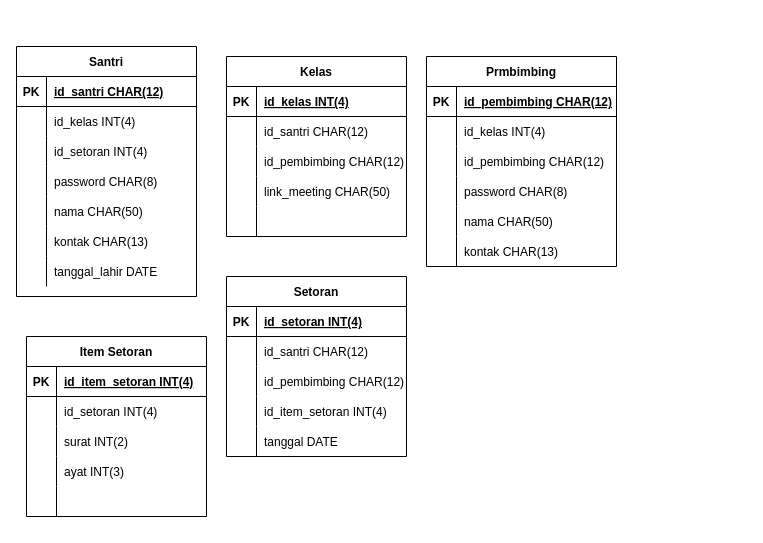
The draw.io diagram pertemuan 3/Pertemuan3_ERD.drawio in nentinur/IF214002, before the edit. Source tidied: cells renumbered, new cells numbered last; positions are measured from the earlier drawing's top-left corner, leaving out a move shared by most shapes. Both pictures are drawn from the tidied source at 100%, with x=0, y=0 at pixel (16, 46).
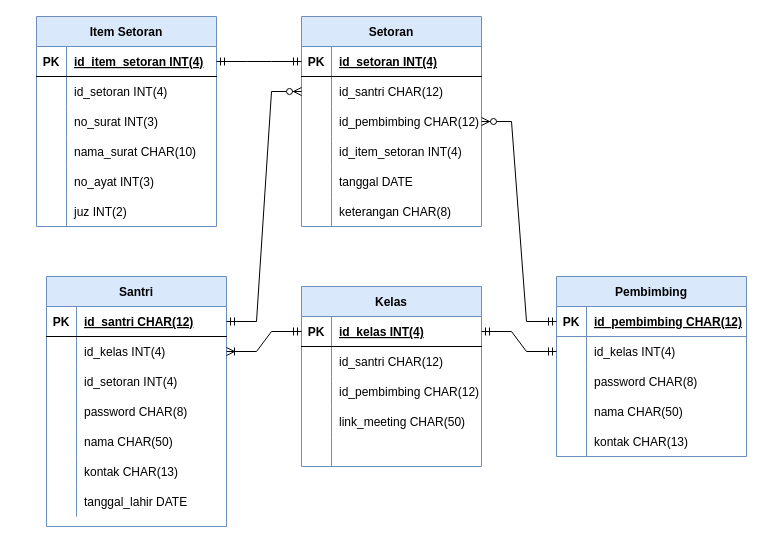
Above is the later version.

Unchanged cells that the change refers to:
```xml
<mxCell id="3" style="shape=tableRow;horizontal=0;startSize=0;swimlaneHead=0;swimlaneBody=0;fillColor=none;points=[[0,0.5],[1,0.5]];portConstraint=eastwest;top=0;left=0;right=0;bottom=1;" parent="2" vertex="1">
  <mxGeometry y="30" width="180" height="30" as="geometry" />
</mxCell>
<mxCell id="6" style="shape=tableRow;horizontal=0;startSize=0;swimlaneHead=0;swimlaneBody=0;fillColor=none;points=[[0,0.5],[1,0.5]];portConstraint=eastwest;top=0;left=0;right=0;bottom=0;" parent="2" vertex="1">
  <mxGeometry y="60" width="180" height="30" as="geometry" />
</mxCell>
<mxCell id="25" style="shape=tableRow;horizontal=0;startSize=0;swimlaneHead=0;swimlaneBody=0;fillColor=none;points=[[0,0.5],[1,0.5]];portConstraint=eastwest;top=0;left=0;right=0;bottom=1;" parent="24" vertex="1">
  <mxGeometry y="30" width="180" height="30" as="geometry" />
</mxCell>
<mxCell id="44" style="shape=tableRow;horizontal=0;startSize=0;swimlaneHead=0;swimlaneBody=0;fillColor=none;points=[[0,0.5],[1,0.5]];portConstraint=eastwest;top=0;left=0;right=0;bottom=0;" parent="40" vertex="1">
  <mxGeometry y="60" width="190" height="30" as="geometry" />
</mxCell>
<mxCell id="60" style="shape=tableRow;horizontal=0;startSize=0;swimlaneHead=0;swimlaneBody=0;fillColor=none;points=[[0,0.5],[1,0.5]];portConstraint=eastwest;top=0;left=0;right=0;bottom=1;" parent="59" vertex="1">
  <mxGeometry y="30" width="180" height="30" as="geometry" />
</mxCell>
<mxCell id="63" style="shape=tableRow;horizontal=0;startSize=0;swimlaneHead=0;swimlaneBody=0;fillColor=none;points=[[0,0.5],[1,0.5]];portConstraint=eastwest;top=0;left=0;right=0;bottom=0;" parent="59" vertex="1">
  <mxGeometry y="60" width="180" height="30" as="geometry" />
</mxCell>
<mxCell id="66" style="shape=tableRow;horizontal=0;startSize=0;swimlaneHead=0;swimlaneBody=0;fillColor=none;points=[[0,0.5],[1,0.5]];portConstraint=eastwest;top=0;left=0;right=0;bottom=0;" parent="59" vertex="1">
  <mxGeometry y="90" width="180" height="30" as="geometry" />
</mxCell>
<mxCell id="76" style="shape=tableRow;horizontal=0;startSize=0;swimlaneHead=0;swimlaneBody=0;fillColor=none;points=[[0,0.5],[1,0.5]];portConstraint=eastwest;top=0;left=0;right=0;bottom=1;" parent="75" vertex="1">
  <mxGeometry y="30" width="180" height="30" as="geometry" />
</mxCell>
<mxCell id="82" style="shape=tableRow;horizontal=0;startSize=0;swimlaneHead=0;swimlaneBody=0;fillColor=none;top=0;left=0;right=0;bottom=0;" parent="75" vertex="1">
  <mxGeometry y="90" width="180" height="30" as="geometry" />
</mxCell>
<mxCell id="85" style="shape=tableRow;horizontal=0;startSize=0;swimlaneHead=0;swimlaneBody=0;fillColor=none;top=0;left=0;right=0;bottom=0;" parent="75" vertex="1">
  <mxGeometry y="120" width="180" height="30" as="geometry" />
</mxCell>
<mxCell id="88" style="shape=tableRow;horizontal=0;startSize=0;swimlaneHead=0;swimlaneBody=0;fillColor=none;top=0;left=0;right=0;bottom=0;" parent="75" vertex="1">
  <mxGeometry y="150" width="180" height="30" as="geometry" />
</mxCell>
```

Diff of the diagram source:
```diff
@@
-    <mxCell id="2" value="Santri" style="shape=table;startSize=30;childLayout=tableLayout;rowLines=0;fontStyle=1;align=center;" parent="1" vertex="1">
-      <mxGeometry width="180" height="250" as="geometry" />
+    <mxCell id="2" value="Santri" style="shape=table;startSize=30;childLayout=tableLayout;rowLines=0;fontStyle=1;align=center;fillColor=#dae8fc;strokeColor=#6c8ebf;" parent="1" vertex="1">
+      <mxGeometry x="30" y="230" width="180" height="250" as="geometry" />
     </mxCell>
@@
-    <mxCell id="24" value="Kelas" style="shape=table;startSize=30;childLayout=tableLayout;rowLines=0;fontStyle=1;align=center;" parent="1" vertex="1">
-      <mxGeometry x="210" y="10" width="180" height="180" as="geometry" />
+    <mxCell id="24" value="Kelas" style="shape=table;startSize=30;childLayout=tableLayout;rowLines=0;fontStyle=1;align=center;fillColor=#dae8fc;strokeColor=#6c8ebf;" parent="1" vertex="1">
+      <mxGeometry x="285" y="240" width="180" height="180" as="geometry" />
     </mxCell>
@@
-    <mxCell id="40" value="Prmbimbing" style="shape=table;startSize=30;childLayout=tableLayout;rowLines=0;fontStyle=1;align=center;" parent="1" vertex="1">
-      <mxGeometry x="410" y="10" width="190" height="210" as="geometry" />
+    <mxCell id="40" value="Pembimbing" style="shape=table;startSize=30;childLayout=tableLayout;rowLines=0;fontStyle=1;align=center;fillColor=#dae8fc;strokeColor=#6c8ebf;" parent="1" vertex="1">
+      <mxGeometry x="540" y="230" width="190" height="180" as="geometry" />
     </mxCell>
-    <mxCell id="41" style="shape=tableRow;horizontal=0;startSize=0;swimlaneHead=0;swimlaneBody=0;fillColor=none;points=[[0,0.5],[1,0.5]];portConstraint=eastwest;top=0;left=0;right=0;bottom=1;" parent="40" vertex="1">
+    <mxCell id="41" style="shape=tableRow;horizontal=0;startSize=0;swimlaneHead=0;swimlaneBody=0;fillColor=none;points=[[0,0.5],[1,0.5]];portConstraint=eastwest;top=0;left=0;right=0;bottom=1;strokeColor=#6c8ebf;gradientColor=#ffffff;" parent="40" vertex="1">
       <mxGeometry y="30" width="190" height="30" as="geometry" />
     </mxCell>
@@
-    <mxCell id="47" style="shape=tableRow;horizontal=0;startSize=0;swimlaneHead=0;swimlaneBody=0;fillColor=none;top=0;left=0;right=0;bottom=0;" parent="40" vertex="1">
-      <mxGeometry y="90" width="190" height="30" as="geometry" />
-    </mxCell>
-    <mxCell id="48" style="shape=partialRectangle;fillColor=none;top=0;left=0;bottom=0;right=0;overflow=hidden;" parent="47" vertex="1">
-      <mxGeometry width="30" height="30" as="geometry" />
-    </mxCell>
-    <mxCell id="49" value="id_pembimbing CHAR(12)" style="shape=partialRectangle;fillColor=none;top=0;left=0;bottom=0;right=0;align=left;spacingLeft=6;overflow=hidden;" parent="47" vertex="1">
-      <mxGeometry x="30" width="160" height="30" as="geometry" />
-    </mxCell>
     <mxCell id="50" style="shape=tableRow;horizontal=0;startSize=0;swimlaneHead=0;swimlaneBody=0;fillColor=none;top=0;left=0;right=0;bottom=0;" parent="40" vertex="1">
-      <mxGeometry y="120" width="190" height="30" as="geometry" />
+      <mxGeometry y="90" width="190" height="30" as="geometry" />
     </mxCell>
@@
     <mxCell id="53" style="shape=tableRow;horizontal=0;startSize=0;swimlaneHead=0;swimlaneBody=0;fillColor=none;top=0;left=0;right=0;bottom=0;" parent="40" vertex="1">
-      <mxGeometry y="150" width="190" height="30" as="geometry" />
+      <mxGeometry y="120" width="190" height="30" as="geometry" />
     </mxCell>
@@
     <mxCell id="56" style="shape=tableRow;horizontal=0;startSize=0;swimlaneHead=0;swimlaneBody=0;fillColor=none;top=0;left=0;right=0;bottom=0;" parent="40" vertex="1">
-      <mxGeometry y="180" width="190" height="30" as="geometry" />
+      <mxGeometry y="150" width="190" height="30" as="geometry" />
     </mxCell>
@@
-    <mxCell id="59" value="Setoran" style="shape=table;startSize=30;childLayout=tableLayout;rowLines=0;fontStyle=1;align=center;" parent="1" vertex="1">
-      <mxGeometry x="210" y="230" width="180" height="180" as="geometry" />
+    <mxCell id="59" value="Setoran" style="shape=table;startSize=30;childLayout=tableLayout;rowLines=0;fontStyle=1;align=center;fillColor=#dae8fc;strokeColor=#6c8ebf;" parent="1" vertex="1">
+      <mxGeometry x="285" y="-30" width="180" height="210" as="geometry" />
     </mxCell>
@@
+    <mxCell id="91" style="shape=tableRow;horizontal=0;startSize=0;swimlaneHead=0;swimlaneBody=0;fillColor=none;top=0;left=0;right=0;bottom=0;" parent="59" vertex="1">
+      <mxGeometry y="180" width="180" height="30" as="geometry" />
+    </mxCell>
+    <mxCell id="92" style="shape=partialRectangle;fillColor=none;top=0;left=0;bottom=0;right=0;overflow=hidden;" parent="91" vertex="1">
+      <mxGeometry width="30" height="30" as="geometry" />
+    </mxCell>
+    <mxCell id="93" value="keterangan CHAR(8)" style="shape=partialRectangle;fillColor=none;top=0;left=0;bottom=0;right=0;align=left;spacingLeft=6;overflow=hidden;" parent="91" vertex="1">
+      <mxGeometry x="30" width="150" height="30" as="geometry" />
+    </mxCell>
-    <mxCell id="75" value="Item Setoran" style="shape=table;startSize=30;childLayout=tableLayout;rowLines=0;fontStyle=1;align=center;" parent="1" vertex="1">
-      <mxGeometry x="10" y="290" width="180" height="180" as="geometry" />
+    <mxCell id="75" value="Item Setoran" style="shape=table;startSize=30;childLayout=tableLayout;rowLines=0;fontStyle=1;align=center;fillColor=#dae8fc;strokeColor=#6c8ebf;" parent="1" vertex="1">
+      <mxGeometry x="20" y="-30" width="180" height="210" as="geometry" />
     </mxCell>
@@
-    <mxCell id="84" value="surat INT(2)" style="shape=partialRectangle;fillColor=none;top=0;left=0;bottom=0;right=0;align=left;spacingLeft=6;overflow=hidden;" parent="82" vertex="1">
+    <mxCell id="84" value="no_surat INT(3)" style="shape=partialRectangle;fillColor=none;top=0;left=0;bottom=0;right=0;align=left;spacingLeft=6;overflow=hidden;" parent="82" vertex="1">
       <mxGeometry x="30" width="150" height="30" as="geometry" />
     </mxCell>
@@
-    <mxCell id="87" value="ayat INT(3)" style="shape=partialRectangle;fillColor=none;top=0;left=0;bottom=0;right=0;align=left;spacingLeft=6;overflow=hidden;" parent="85" vertex="1">
+    <mxCell id="87" value="nama_surat CHAR(10)" style="shape=partialRectangle;fillColor=none;top=0;left=0;bottom=0;right=0;align=left;spacingLeft=6;overflow=hidden;" parent="85" vertex="1">
       <mxGeometry x="30" width="150" height="30" as="geometry" />
     </mxCell>
@@
-    <mxCell id="90" style="shape=partialRectangle;fillColor=none;top=0;left=0;bottom=0;right=0;align=left;spacingLeft=6;overflow=hidden;" parent="88" vertex="1">
+    <mxCell id="90" value="no_ayat INT(3)" style="shape=partialRectangle;fillColor=none;top=0;left=0;bottom=0;right=0;align=left;spacingLeft=6;overflow=hidden;" parent="88" vertex="1">
       <mxGeometry x="30" width="150" height="30" as="geometry" />
     </mxCell>
+    <mxCell id="94" style="shape=tableRow;horizontal=0;startSize=0;swimlaneHead=0;swimlaneBody=0;fillColor=none;top=0;left=0;right=0;bottom=0;" parent="75" vertex="1">
+      <mxGeometry y="180" width="180" height="30" as="geometry" />
+    </mxCell>
+    <mxCell id="95" style="shape=partialRectangle;fillColor=none;top=0;left=0;bottom=0;right=0;overflow=hidden;" parent="94" vertex="1">
+      <mxGeometry width="30" height="30" as="geometry" />
+    </mxCell>
+    <mxCell id="96" value="juz INT(2)" style="shape=partialRectangle;fillColor=none;top=0;left=0;bottom=0;right=0;align=left;spacingLeft=6;overflow=hidden;" parent="94" vertex="1">
+      <mxGeometry x="30" width="150" height="30" as="geometry" />
+    </mxCell>
+    <mxCell id="97" style="edgeStyle=entityRelationEdgeStyle;fontSize=12;html=1;endArrow=ERoneToMany;startArrow=ERmandOne;rounded=0;exitX=0;exitY=0.5;exitDx=0;exitDy=0;entryX=1;entryY=0.5;entryDx=0;entryDy=0;" parent="1" edge="1" source="25" target="6">
+      <mxGeometry relative="1" as="geometry" />
+    </mxCell>
+    <mxCell id="98" style="edgeStyle=entityRelationEdgeStyle;fontSize=12;html=1;endArrow=ERmandOne;startArrow=ERmandOne;rounded=0;exitX=1;exitY=0.5;exitDx=0;exitDy=0;entryX=0;entryY=0.5;entryDx=0;entryDy=0;" parent="1" edge="1" source="25" target="44">
+      <mxGeometry relative="1" as="geometry" />
+    </mxCell>
+    <mxCell id="99" style="edgeStyle=entityRelationEdgeStyle;fontSize=12;html=1;endArrow=ERzeroToMany;startArrow=ERmandOne;rounded=0;exitX=1;exitY=0.5;exitDx=0;exitDy=0;entryX=0;entryY=0.5;entryDx=0;entryDy=0;" parent="1" edge="1" source="3" target="63">
+      <mxGeometry relative="1" as="geometry" />
+    </mxCell>
+    <mxCell id="100" style="edgeStyle=entityRelationEdgeStyle;fontSize=12;html=1;endArrow=ERmandOne;startArrow=ERmandOne;rounded=0;exitX=1;exitY=0.5;exitDx=0;exitDy=0;entryX=0;entryY=0.5;entryDx=0;entryDy=0;" parent="1" edge="1" source="76" target="60">
+      <mxGeometry relative="1" as="geometry" />
+    </mxCell>
+    <mxCell id="101" style="edgeStyle=entityRelationEdgeStyle;fontSize=12;html=1;endArrow=ERzeroToMany;startArrow=ERmandOne;rounded=0;exitX=0;exitY=0.5;exitDx=0;exitDy=0;entryX=1;entryY=0.5;entryDx=0;entryDy=0;" parent="1" edge="1" source="41" target="66">
+      <mxGeometry relative="1" as="geometry" />
+    </mxCell>
```
